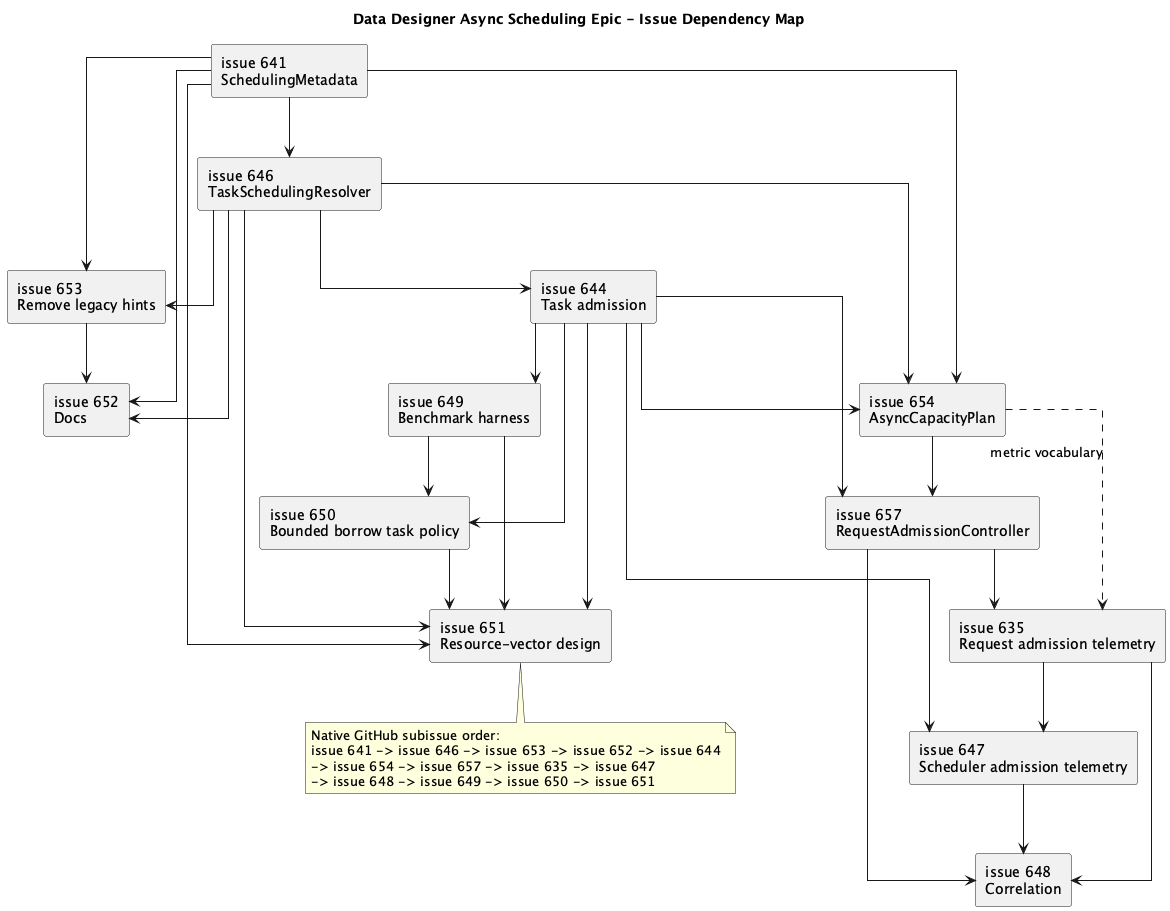
NVIDIA-NeMo/DataDesigner keeps this PlantUML diagram as plans/645/AsyncSchedulingEpicIssueMap.png. Above is the earlier version. The source it was exported from:
```plantuml
@startuml AsyncSchedulingEpicIssueMap
title Data Designer Async Scheduling Epic - Issue Dependency Map

skinparam componentStyle rectangle
skinparam shadowing false
skinparam linetype ortho

component "issue 641\nSchedulingMetadata" as I641
component "issue 646\nTaskSchedulingResolver" as I646
component "issue 653\nRemove legacy hints" as I653
component "issue 652\nDocs" as I652
component "issue 644\nTask admission" as I644
component "issue 654\nAsyncCapacityPlan" as I654
component "issue 657\nRequestAdmissionController" as I657
component "issue 635\nRequest admission telemetry" as I635
component "issue 647\nScheduler admission telemetry" as I647
component "issue 648\nCorrelation" as I648
component "issue 649\nBenchmark harness" as I649
component "issue 650\nBounded borrow task policy" as I650
component "issue 651\nResource-vector design" as I651

I641 --> I646
I641 --> I653
I641 --> I652
I646 --> I653
I646 --> I652
I653 --> I652
I646 --> I644
I641 --> I654
I646 --> I654
I644 --> I654
I654 --> I657
I644 --> I657
I657 --> I635
I654 ..> I635 : metric vocabulary
I644 --> I647
I635 --> I647
I657 --> I648
I635 --> I648
I647 --> I648
I644 --> I649
I649 --> I650
I644 --> I650
I641 --> I651
I646 --> I651
I644 --> I651
I649 --> I651
I650 --> I651

note bottom
  Native GitHub subissue order:
  issue 641 -> issue 646 -> issue 653 -> issue 652 -> issue 644
  -> issue 654 -> issue 657 -> issue 635 -> issue 647
  -> issue 648 -> issue 649 -> issue 650 -> issue 651
end note

@enduml
```
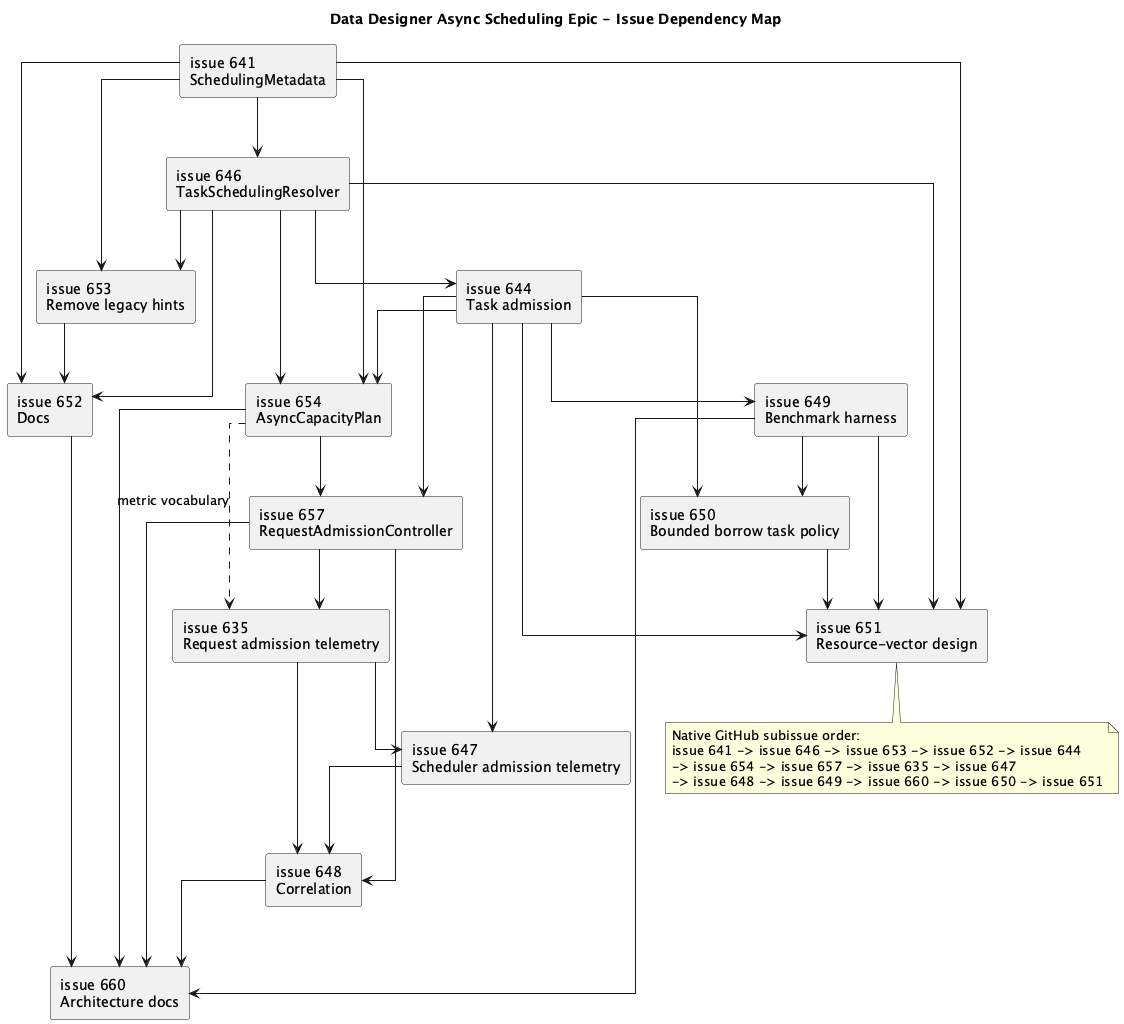
The same file after the commit.

The edit, as a diff of the source:
```diff
@@ -16,6 +16,7 @@
 component "issue 647\nScheduler admission telemetry" as I647
 component "issue 648\nCorrelation" as I648
 component "issue 649\nBenchmark harness" as I649
+component "issue 660\nArchitecture docs" as I660
 component "issue 650\nBounded borrow task policy" as I650
 component "issue 651\nResource-vector design" as I651
 
@@ -39,6 +40,11 @@
 I635 --> I648
 I647 --> I648
 I644 --> I649
+I652 --> I660
+I654 --> I660
+I657 --> I660
+I648 --> I660
+I649 --> I660
 I649 --> I650
 I644 --> I650
 I641 --> I651
@@ -51,7 +57,7 @@
   Native GitHub subissue order:
   issue 641 -> issue 646 -> issue 653 -> issue 652 -> issue 644
   -> issue 654 -> issue 657 -> issue 635 -> issue 647
-  -> issue 648 -> issue 649 -> issue 650 -> issue 651
+  -> issue 648 -> issue 649 -> issue 660 -> issue 650 -> issue 651
 end note
 
 @enduml
```
